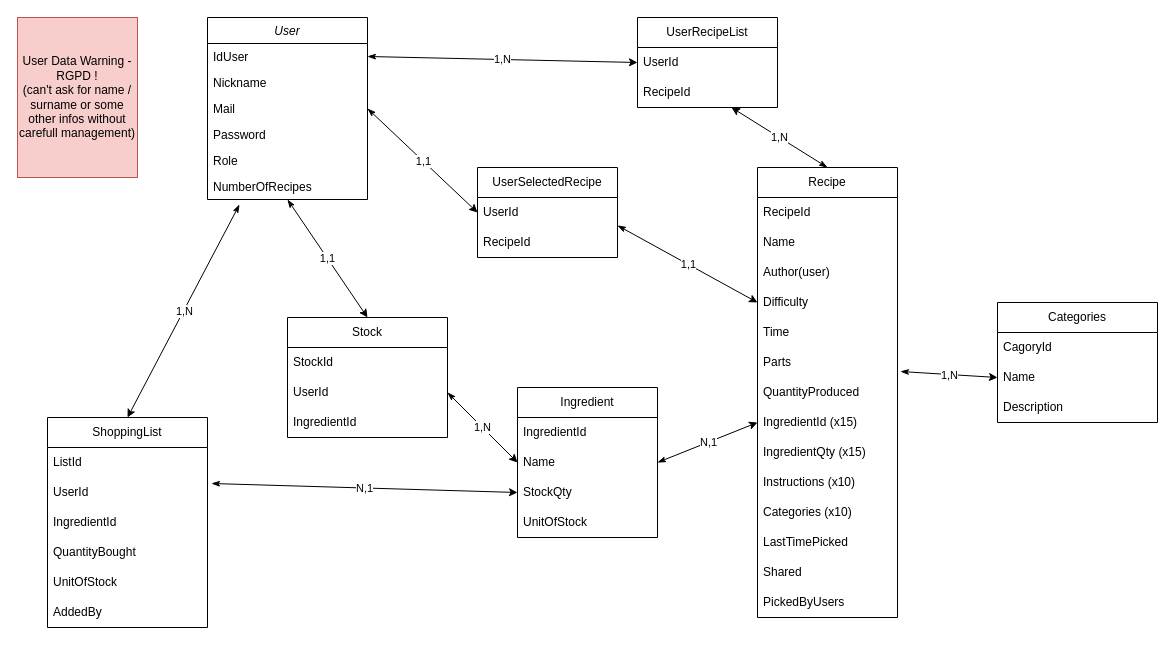
This is StockingDraws/Diagramme sans nom.drawio from Windryuu/DrawIoRepo, a draw.io file, before an edit. Source tidied: cells renumbered, new cells numbered last; positions are measured from the earlier drawing's top-left corner, leaving out a move shared by most shapes. Both pictures are drawn from the tidied source at 100%, with x=0, y=0 at pixel (17, 17).
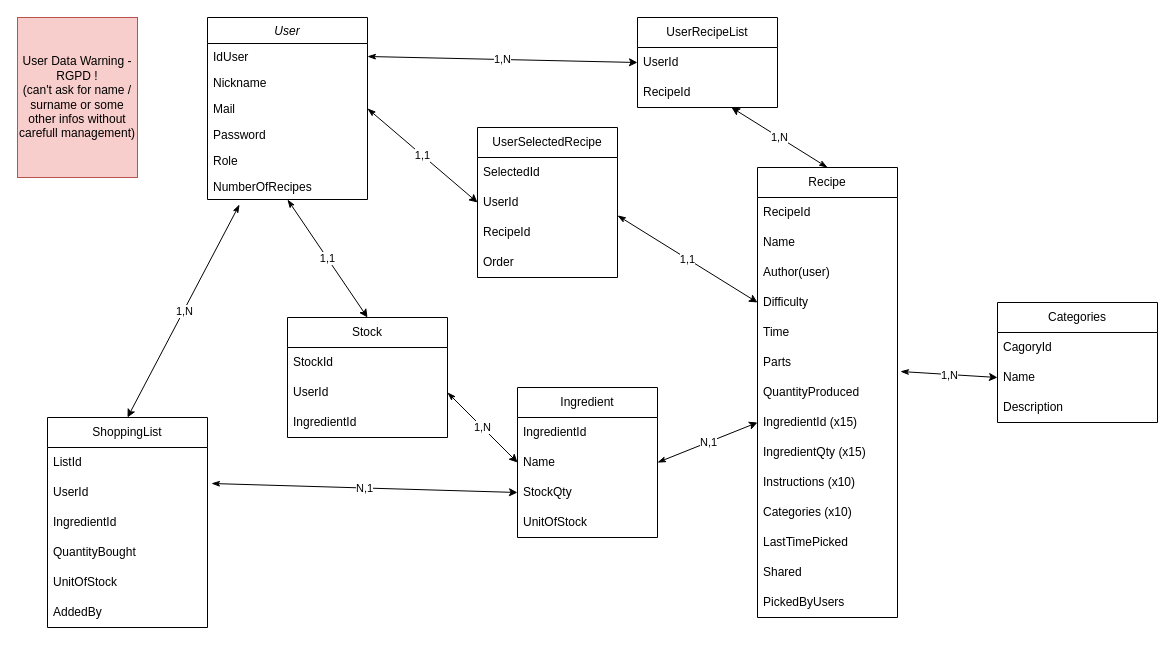
Above is the later version.

Commit message:
Mettre à jour Diagramme sans nom.drawio

Diff of the diagram source:
```diff
@@
     <mxCell id="39" value="UserSelectedRecipe" style="swimlane;fontStyle=0;horizontal=1;startSize=30;whiteSpace=wrap;html=1;" parent="1" vertex="1">
-      <mxGeometry x="460" y="150" width="140" height="90" as="geometry" />
+      <mxGeometry x="460" y="110" width="140" height="150" as="geometry" />
     </mxCell>
+    <mxCell id="71" value="SelectedId" style="text;strokeColor=none;fillColor=none;align=left;verticalAlign=middle;spacingLeft=4;spacingRight=4;overflow=hidden;whiteSpace=wrap;html=1;" parent="39" vertex="1">
+      <mxGeometry y="30" width="140" height="30" as="geometry" />
+    </mxCell>
     <mxCell id="40" value="UserId" style="text;strokeColor=none;fillColor=none;align=left;verticalAlign=middle;spacingLeft=4;spacingRight=4;overflow=hidden;points=[[0,0.5],[1,0.5]];portConstraint=eastwest;whiteSpace=wrap;html=1;" parent="39" vertex="1">
-      <mxGeometry y="30" width="140" height="30" as="geometry" />
+      <mxGeometry y="60" width="140" height="30" as="geometry" />
     </mxCell>
     <mxCell id="41" value="RecipeId" style="text;strokeColor=none;fillColor=none;align=left;verticalAlign=middle;spacingLeft=4;spacingRight=4;overflow=hidden;points=[[0,0.5],[1,0.5]];portConstraint=eastwest;whiteSpace=wrap;html=1;" parent="39" vertex="1">
-      <mxGeometry y="60" width="140" height="30" as="geometry" />
+      <mxGeometry y="90" width="140" height="30" as="geometry" />
     </mxCell>
+    <mxCell id="72" value="Order" style="text;strokeColor=none;fillColor=none;align=left;verticalAlign=middle;spacingLeft=4;spacingRight=4;overflow=hidden;whiteSpace=wrap;html=1;" parent="39" vertex="1">
+      <mxGeometry y="120" width="140" height="30" as="geometry" />
+    </mxCell>
```
